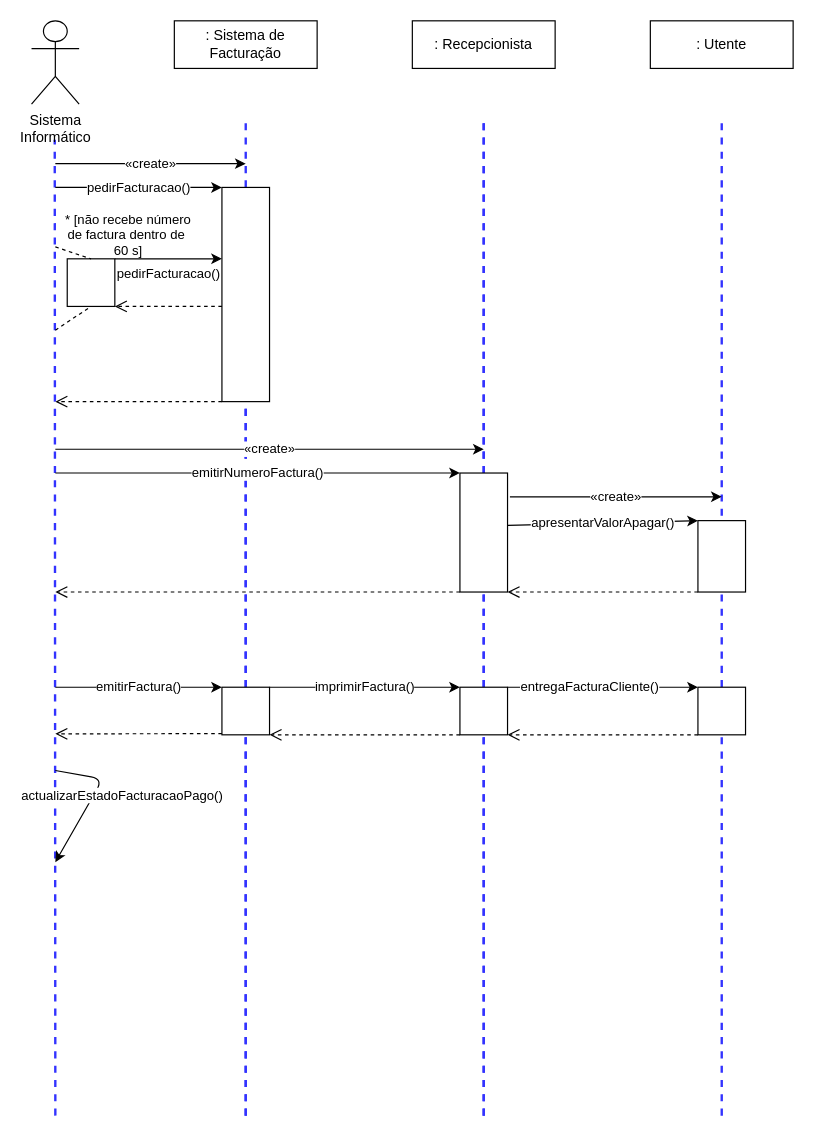
Above: page "Facturação" (1 of 2) of Diagramas de Sequência - Atribuir Vaga e Facturação.drawio in carlan92/Hospital_Management_System (draw.io), before the change. Source tidied: cells renumbered, new cells numbered last; positions are measured from the earlier drawing's top-left corner, leaving out a move shared by most shapes. Both pictures are drawn from the tidied source at 119%, with x=0, y=0 at pixel (31, 20).
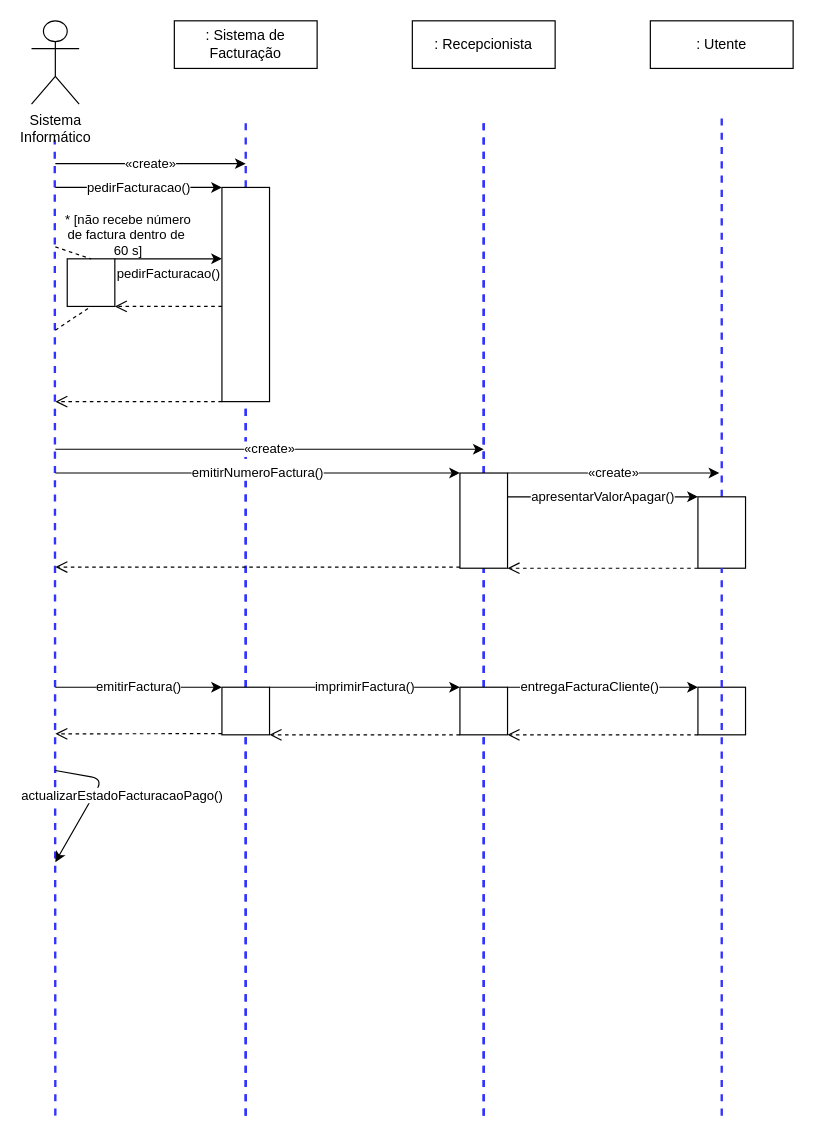
The same page after the edit.

Commit message (it also covers changes not shown here):
#1 diagrama de sequencia

What changed in the source:
```diff
@@
-    <mxCell id="10" style="endArrow=none;dashed=1;html=1;strokeWidth=2;fillColor=#dae8fc;strokeColor=#3333FF;" parent="1" edge="1">
+    <mxCell id="10" style="endArrow=none;dashed=1;html=1;strokeWidth=2;fillColor=#dae8fc;strokeColor=#3333FF;" parent="1" edge="1" source="21">
       <mxGeometry relative="1" as="geometry">
-        <mxPoint x="580" y="920" as="sourcePoint" />
         <mxPoint x="580" y="80" as="targetPoint" />
       </mxGeometry>
     </mxCell>
@@
     <mxCell id="18" style="rounded=0;whiteSpace=wrap;html=1;" parent="1" vertex="1">
-      <mxGeometry x="360" y="380" width="40" height="100" as="geometry" />
+      <mxGeometry x="360" y="380" width="40" height="80" as="geometry" />
     </mxCell>
@@
     <mxCell id="20" value="«create»" style="endArrow=classic;html=1;strokeWidth=1;" parent="1" edge="1">
       <mxGeometry relative="1" as="geometry">
-        <mxPoint x="402" y="400" as="sourcePoint" />
-        <mxPoint x="580" y="400" as="targetPoint" />
+        <mxPoint x="400" y="380" as="sourcePoint" />
+        <mxPoint x="578" y="380" as="targetPoint" />
       </mxGeometry>
     </mxCell>
-    <mxCell id="21" style="rounded=0;whiteSpace=wrap;html=1;" parent="1" vertex="1">
-      <mxGeometry x="560" y="420" width="40" height="60" as="geometry" />
-    </mxCell>
-    <mxCell id="22" value="apresentarValorApagar()" style="endArrow=classic;html=1;strokeWidth=1;entryX=0;entryY=0;entryDx=0;entryDy=0;exitX=1;exitY=0.44;exitDx=0;exitDy=0;exitPerimeter=0;" parent="1" edge="1" source="18">
+    <mxCell id="22" value="apresentarValorApagar()" style="endArrow=classic;html=1;strokeWidth=1;entryX=0;entryY=0;entryDx=0;entryDy=0;" parent="1" edge="1" target="21">
       <mxGeometry relative="1" as="geometry">
-        <mxPoint x="560" y="420" as="targetPoint" />
+        <mxPoint x="400" y="400" as="sourcePoint" />
       </mxGeometry>
     </mxCell>
@@
     <mxCell id="28" style="endArrow=open;dashed=1;html=1;strokeColor=#000000;strokeWidth=1;endFill=0;endSize=8;startSize=8;exitX=0;exitY=1;exitDx=0;exitDy=0;" parent="1" edge="1">
       <mxGeometry relative="1" as="geometry">
-        <mxPoint x="360" y="480" as="sourcePoint" />
-        <mxPoint x="20" y="480" as="targetPoint" />
+        <mxPoint x="360" y="459" as="sourcePoint" />
+        <mxPoint x="20" y="459" as="targetPoint" />
       </mxGeometry>
     </mxCell>
@@
+    <mxCell id="21" style="rounded=0;whiteSpace=wrap;html=1;" parent="1" vertex="1">
+      <mxGeometry x="560" y="400" width="40" height="60" as="geometry" />
+    </mxCell>
+    <mxCell id="39" style="endArrow=none;dashed=1;html=1;strokeWidth=2;fillColor=#dae8fc;strokeColor=#3333FF;" parent="1" edge="1" target="21">
+      <mxGeometry relative="1" as="geometry">
+        <mxPoint x="580" y="920" as="sourcePoint" />
+      </mxGeometry>
+    </mxCell>
```
